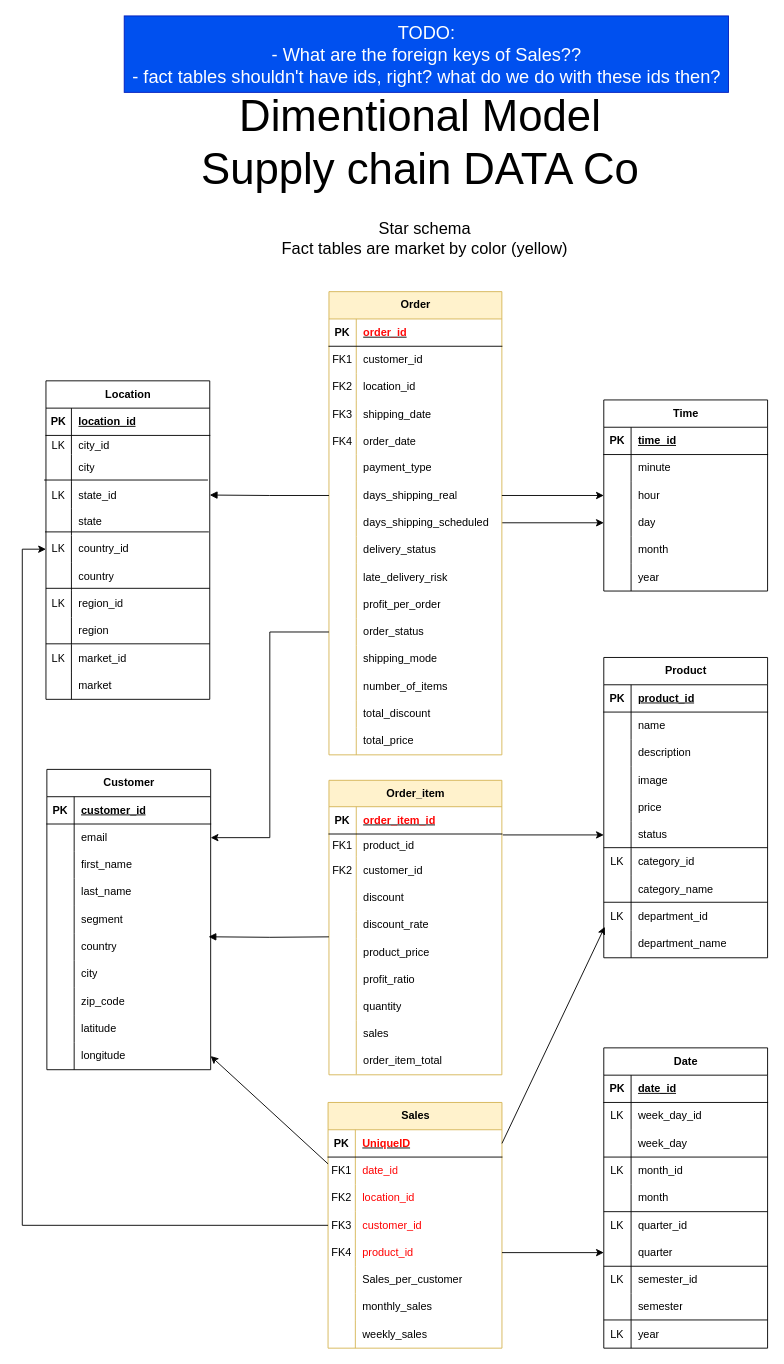
Before: Model-designs/dimentional.drawio in crdsteixeira/DW_project, a draw.io diagram. Source tidied: cells renumbered, new cells numbered last; positions are measured from the earlier drawing's top-left corner, leaving out a move shared by most shapes. Both pictures are drawn from the tidied source at 91%, with x=0, y=0 at pixel (22, 15).
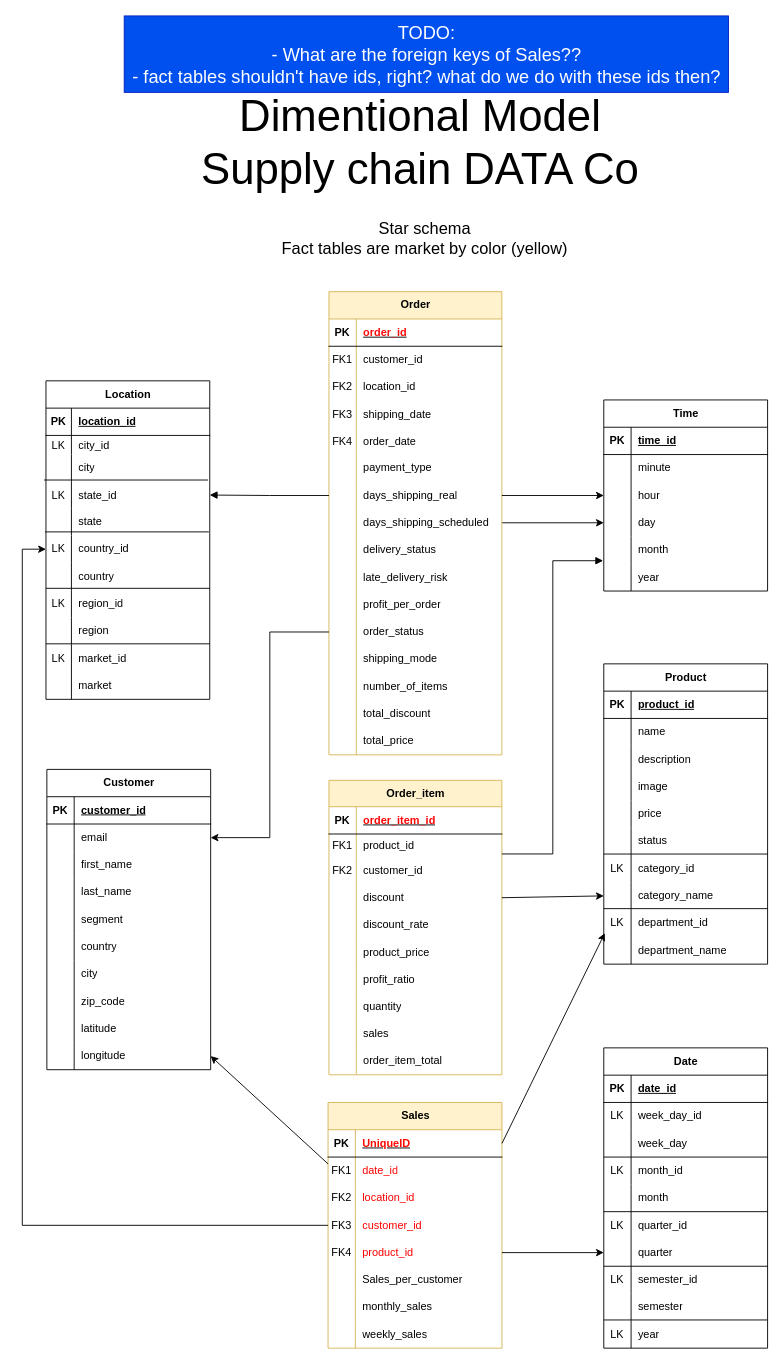
Above is the later version.

Unchanged cells that the change refers to:
```xml
<mxCell id="52" value="Order_item" style="shape=table;startSize=29;childLayout=tableLayout;rowLines=0;fontStyle=1;align=center;html=1;fillColor=#fff2cc;strokeColor=#d6b656;" parent="1" vertex="1">
  <mxGeometry x="337" y="840" width="190" height="323.6" as="geometry" />
</mxCell>
<mxCell id="62" style="shape=tableRow;horizontal=0;startSize=0;swimlaneHead=0;swimlaneBody=0;fillColor=none;points=[[0,0.5],[1,0.5]];portConstraint=eastwest;top=0;left=0;right=0;bottom=0;" parent="52" vertex="1">
  <mxGeometry y="114" width="190" height="30" as="geometry" />
</mxCell>
<mxCell id="155" style="shape=tableRow;horizontal=0;startSize=0;swimlaneHead=0;swimlaneBody=0;fillColor=none;points=[[0,0.5],[1,0.5]];portConstraint=eastwest;top=0;left=0;right=0;bottom=0;" parent="139" vertex="1">
  <mxGeometry y="180" width="180" height="30" as="geometry" />
</mxCell>
<mxCell id="208" style="shape=tableRow;horizontal=0;startSize=0;swimlaneHead=0;swimlaneBody=0;fillColor=none;points=[[0,0.5],[1,0.5]];portConstraint=eastwest;top=0;left=0;right=0;bottom=0;" parent="192" vertex="1">
  <mxGeometry y="180" width="180" height="30" as="geometry" />
</mxCell>
<mxCell id="214" style="shape=tableRow;horizontal=0;startSize=0;swimlaneHead=0;swimlaneBody=0;fillColor=none;points=[[0,0.5],[1,0.5]];portConstraint=eastwest;top=0;left=0;right=0;bottom=0;" parent="192" vertex="1">
  <mxGeometry y="240" width="180" height="30" as="geometry" />
</mxCell>
<mxCell id="239" style="shape=tableRow;horizontal=0;startSize=0;swimlaneHead=0;swimlaneBody=0;fillColor=none;points=[[0,0.5],[1,0.5]];portConstraint=eastwest;top=0;left=0;right=0;bottom=0;" parent="223" vertex="1">
  <mxGeometry y="180" width="180" height="30" as="geometry" />
</mxCell>
```

Diff of the diagram source:
```diff
@@
     <mxCell id="192" value="Product" style="shape=table;startSize=30;childLayout=tableLayout;rowLines=0;fontStyle=1;align=center;html=1;" parent="1" vertex="1">
-      <mxGeometry x="639" y="705" width="180" height="330" as="geometry" />
+      <mxGeometry x="639" y="712" width="180" height="330" as="geometry" />
     </mxCell>
@@
-    <mxCell id="256" style="endArrow=block;endFill=1;html=1;edgeStyle=orthogonalEdgeStyle;align=left;verticalAlign=top;rounded=0;entryX=0.987;entryY=0.131;entryDx=0;entryDy=0;entryPerimeter=0;" parent="1" edge="1" target="239">
-      <mxGeometry relative="1" as="geometry">
-        <mxPoint x="337" y="1012" as="sourcePoint" />
-      </mxGeometry>
+    <mxCell id="256" style="endArrow=block;endFill=1;html=1;edgeStyle=orthogonalEdgeStyle;align=left;verticalAlign=top;rounded=0;entryX=-0.004;entryY=-0.111;entryDx=0;entryDy=0;entryPerimeter=0;exitX=1;exitY=0.25;exitDx=0;exitDy=0;" parent="1" edge="1" source="52" target="155">
+      <mxGeometry relative="1" as="geometry" />
     </mxCell>
@@
     <mxCell id="260" style="line;strokeWidth=1;fillColor=none;align=left;verticalAlign=middle;spacingTop=-1;spacingLeft=3;spacingRight=3;labelPosition=right;strokeColor=inherit;" parent="1" vertex="1">
-      <mxGeometry x="639" y="910" width="180" height="8" as="geometry" />
+      <mxGeometry x="639" y="917" width="180" height="8" as="geometry" />
     </mxCell>
@@
     <mxCell id="265" style="line;strokeWidth=1;fillColor=none;align=left;verticalAlign=middle;spacingTop=-1;spacingLeft=3;spacingRight=3;labelPosition=right;strokeColor=inherit;" parent="1" vertex="1">
-      <mxGeometry x="639" y="970" width="180" height="8" as="geometry" />
+      <mxGeometry x="639" y="977" width="180" height="8" as="geometry" />
     </mxCell>
@@
-    <mxCell id="271" style="endArrow=classic;html=1;rounded=0;entryX=0;entryY=0.5;entryDx=0;entryDy=0;" parent="1" edge="1" target="208">
-      <mxGeometry relative="1" as="geometry">
-        <mxPoint x="528" y="900" as="sourcePoint" />
-      </mxGeometry>
+    <mxCell id="271" style="endArrow=classic;html=1;rounded=0;entryX=0;entryY=0.5;entryDx=0;entryDy=0;exitX=1;exitY=0.5;exitDx=0;exitDy=0;" parent="1" edge="1" source="62" target="214">
+      <mxGeometry relative="1" as="geometry" />
     </mxCell>
```
